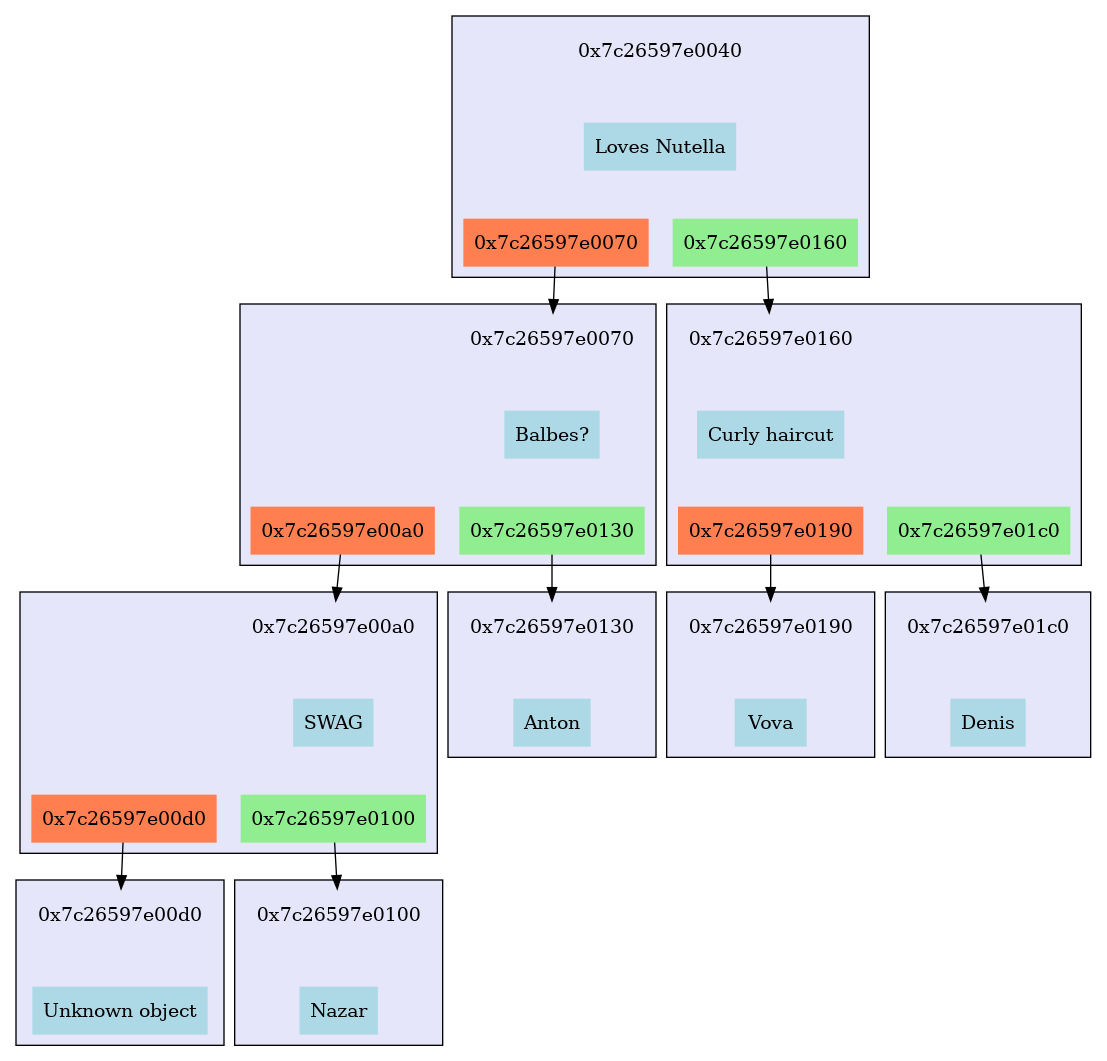
Earlier version of the Graphviz export files/tree.png (MasterVAE/MIPT_Akinator). Its source is kept beside it as files/tree.dot.
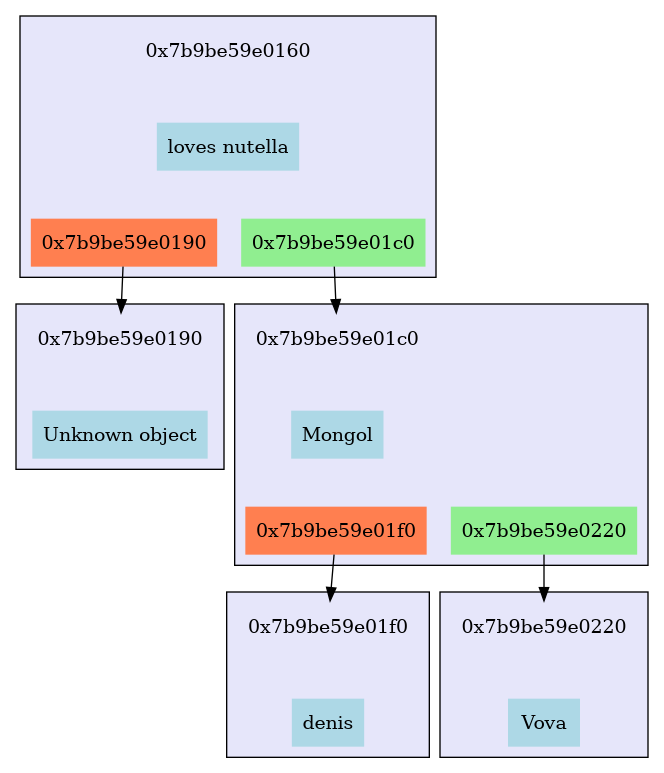
Above is the later version.

Change to the diagram source:
```diff
@@ -1,144 +1,80 @@
 digraph G {	 node [shape=plaintext, style="filled"];
 	 rankdir=TB;
-subgraph cluster_0x7c26597e0040
+subgraph cluster_0x7b9be59e0160
 {
 	style=filled;
 	rank=0;
 	fillcolor=lavender;
-	"0x7c26597e0040_address"[label="0x7c26597e0040",fillcolor="lavender"];
-	"0x7c26597e0040_value"[label="Loves Nutella",fillcolor="lightblue"];
-	subgraph "0x7c26597e0040_bottom"
+	"0x7b9be59e0160_address"[label="0x7b9be59e0160",fillcolor="lavender"];
+	"0x7b9be59e0160_value"[label="loves nutella",fillcolor="lightblue"];
+	subgraph "0x7b9be59e0160_bottom"
 	{
 		 style=invis;
-		"0x7c26597e0040_left"[label="0x7c26597e0070",fillcolor="coral"];
-		"0x7c26597e0040_right"[label="0x7c26597e0160",fillcolor="lightgreen"];
+		"0x7b9be59e0160_left"[label="0x7b9be59e0190",fillcolor="coral"];
+		"0x7b9be59e0160_right"[label="0x7b9be59e01c0",fillcolor="lightgreen"];
 	}
-	"0x7c26597e0040_address"->"0x7c26597e0040_value"[style=invis,weight=10];
-	"0x7c26597e0040_value"->"0x7c26597e0040_left"[style=invis,weight=10];
-	"0x7c26597e0040_value"->"0x7c26597e0040_right"[style=invis,weight=10];
+	"0x7b9be59e0160_address"->"0x7b9be59e0160_value"[style=invis,weight=10];
+	"0x7b9be59e0160_value"->"0x7b9be59e0160_left"[style=invis,weight=10];
+	"0x7b9be59e0160_value"->"0x7b9be59e0160_right"[style=invis,weight=10];
 }
-"0x7c26597e0040_left" -> "0x7c26597e0070_address";
-subgraph cluster_0x7c26597e0070
+"0x7b9be59e0160_left" -> "0x7b9be59e0190_address";
+subgraph cluster_0x7b9be59e0190
 {
 	style=filled;
 	rank=1;
 	fillcolor=lavender;
-	"0x7c26597e0070_address"[label="0x7c26597e0070",fillcolor="lavender"];
-	"0x7c26597e0070_value"[label="Balbes?",fillcolor="lightblue"];
-	subgraph "0x7c26597e0070_bottom"
+	"0x7b9be59e0190_address"[label="0x7b9be59e0190",fillcolor="lavender"];
+	"0x7b9be59e0190_value"[label="Unknown object",fillcolor="lightblue"];
+	subgraph "0x7b9be59e0190_bottom"
 	{
 		 style=invis;
-		"0x7c26597e0070_left"[label="0x7c26597e00a0",fillcolor="coral"];
-		"0x7c26597e0070_right"[label="0x7c26597e0130",fillcolor="lightgreen"];
 	}
-	"0x7c26597e0070_address"->"0x7c26597e0070_value"[style=invis,weight=10];
-	"0x7c26597e0070_value"->"0x7c26597e0070_left"[style=invis,weight=10];
-	"0x7c26597e0070_value"->"0x7c26597e0070_right"[style=invis,weight=10];
+	"0x7b9be59e0190_address"->"0x7b9be59e0190_value"[style=invis,weight=10];
 }
-"0x7c26597e0070_left" -> "0x7c26597e00a0_address";
-subgraph cluster_0x7c26597e00a0
+"0x7b9be59e0160_right" -> "0x7b9be59e01c0_address";
+subgraph cluster_0x7b9be59e01c0
+{
+	style=filled;
+	rank=1;
+	fillcolor=lavender;
+	"0x7b9be59e01c0_address"[label="0x7b9be59e01c0",fillcolor="lavender"];
+	"0x7b9be59e01c0_value"[label="Mongol",fillcolor="lightblue"];
+	subgraph "0x7b9be59e01c0_bottom"
+	{
+		 style=invis;
+		"0x7b9be59e01c0_left"[label="0x7b9be59e01f0",fillcolor="coral"];
+		"0x7b9be59e01c0_right"[label="0x7b9be59e0220",fillcolor="lightgreen"];
+	}
+	"0x7b9be59e01c0_address"->"0x7b9be59e01c0_value"[style=invis,weight=10];
+	"0x7b9be59e01c0_value"->"0x7b9be59e01c0_left"[style=invis,weight=10];
+	"0x7b9be59e01c0_value"->"0x7b9be59e01c0_right"[style=invis,weight=10];
+}
+"0x7b9be59e01c0_left" -> "0x7b9be59e01f0_address";
+subgraph cluster_0x7b9be59e01f0
 {
 	style=filled;
 	rank=2;
 	fillcolor=lavender;
-	"0x7c26597e00a0_address"[label="0x7c26597e00a0",fillcolor="lavender"];
-	"0x7c26597e00a0_value"[label="SWAG",fillcolor="lightblue"];
-	subgraph "0x7c26597e00a0_bottom"
-	{
-		 style=invis;
-		"0x7c26597e00a0_left"[label="0x7c26597e00d0",fillcolor="coral"];
-		"0x7c26597e00a0_right"[label="0x7c26597e0100",fillcolor="lightgreen"];
-	}
-	"0x7c26597e00a0_address"->"0x7c26597e00a0_value"[style=invis,weight=10];
-	"0x7c26597e00a0_value"->"0x7c26597e00a0_left"[style=invis,weight=10];
-	"0x7c26597e00a0_value"->"0x7c26597e00a0_right"[style=invis,weight=10];
-}
-"0x7c26597e00a0_left" -> "0x7c26597e00d0_address";
-subgraph cluster_0x7c26597e00d0
-{
-	style=filled;
-	rank=3;
-	fillcolor=lavender;
-	"0x7c26597e00d0_address"[label="0x7c26597e00d0",fillcolor="lavender"];
-	"0x7c26597e00d0_value"[label="Unknown object",fillcolor="lightblue"];
-	subgraph "0x7c26597e00d0_bottom"
+	"0x7b9be59e01f0_address"[label="0x7b9be59e01f0",fillcolor="lavender"];
+	"0x7b9be59e01f0_value"[label="denis",fillcolor="lightblue"];
+	subgraph "0x7b9be59e01f0_bottom"
 	{
 		 style=invis;
 	}
-	"0x7c26597e00d0_address"->"0x7c26597e00d0_value"[style=invis,weight=10];
+	"0x7b9be59e01f0_address"->"0x7b9be59e01f0_value"[style=invis,weight=10];
 }
-"0x7c26597e00a0_right" -> "0x7c26597e0100_address";
-subgraph cluster_0x7c26597e0100
-{
-	style=filled;
-	rank=3;
-	fillcolor=lavender;
-	"0x7c26597e0100_address"[label="0x7c26597e0100",fillcolor="lavender"];
-	"0x7c26597e0100_value"[label="Nazar",fillcolor="lightblue"];
-	subgraph "0x7c26597e0100_bottom"
-	{
-		 style=invis;
-	}
-	"0x7c26597e0100_address"->"0x7c26597e0100_value"[style=invis,weight=10];
-}
-"0x7c26597e0070_right" -> "0x7c26597e0130_address";
-subgraph cluster_0x7c26597e0130
+"0x7b9be59e01c0_right" -> "0x7b9be59e0220_address";
+subgraph cluster_0x7b9be59e0220
 {
 	style=filled;
 	rank=2;
 	fillcolor=lavender;
-	"0x7c26597e0130_address"[label="0x7c26597e0130",fillcolor="lavender"];
-	"0x7c26597e0130_value"[label="Anton",fillcolor="lightblue"];
-	subgraph "0x7c26597e0130_bottom"
+	"0x7b9be59e0220_address"[label="0x7b9be59e0220",fillcolor="lavender"];
+	"0x7b9be59e0220_value"[label="Vova",fillcolor="lightblue"];
+	subgraph "0x7b9be59e0220_bottom"
 	{
 		 style=invis;
 	}
-	"0x7c26597e0130_address"->"0x7c26597e0130_value"[style=invis,weight=10];
-}
-"0x7c26597e0040_right" -> "0x7c26597e0160_address";
-subgraph cluster_0x7c26597e0160
-{
-	style=filled;
-	rank=1;
-	fillcolor=lavender;
-	"0x7c26597e0160_address"[label="0x7c26597e0160",fillcolor="lavender"];
-	"0x7c26597e0160_value"[label="Curly haircut",fillcolor="lightblue"];
-	subgraph "0x7c26597e0160_bottom"
-	{
-		 style=invis;
-		"0x7c26597e0160_left"[label="0x7c26597e0190",fillcolor="coral"];
-		"0x7c26597e0160_right"[label="0x7c26597e01c0",fillcolor="lightgreen"];
-	}
-	"0x7c26597e0160_address"->"0x7c26597e0160_value"[style=invis,weight=10];
-	"0x7c26597e0160_value"->"0x7c26597e0160_left"[style=invis,weight=10];
-	"0x7c26597e0160_value"->"0x7c26597e0160_right"[style=invis,weight=10];
-}
-"0x7c26597e0160_left" -> "0x7c26597e0190_address";
-subgraph cluster_0x7c26597e0190
-{
-	style=filled;
-	rank=2;
-	fillcolor=lavender;
-	"0x7c26597e0190_address"[label="0x7c26597e0190",fillcolor="lavender"];
-	"0x7c26597e0190_value"[label="Vova",fillcolor="lightblue"];
-	subgraph "0x7c26597e0190_bottom"
-	{
-		 style=invis;
-	}
-	"0x7c26597e0190_address"->"0x7c26597e0190_value"[style=invis,weight=10];
-}
-"0x7c26597e0160_right" -> "0x7c26597e01c0_address";
-subgraph cluster_0x7c26597e01c0
-{
-	style=filled;
-	rank=2;
-	fillcolor=lavender;
-	"0x7c26597e01c0_address"[label="0x7c26597e01c0",fillcolor="lavender"];
-	"0x7c26597e01c0_value"[label="Denis",fillcolor="lightblue"];
-	subgraph "0x7c26597e01c0_bottom"
-	{
-		 style=invis;
-	}
-	"0x7c26597e01c0_address"->"0x7c26597e01c0_value"[style=invis,weight=10];
+	"0x7b9be59e0220_address"->"0x7b9be59e0220_value"[style=invis,weight=10];
 }
 }
```
